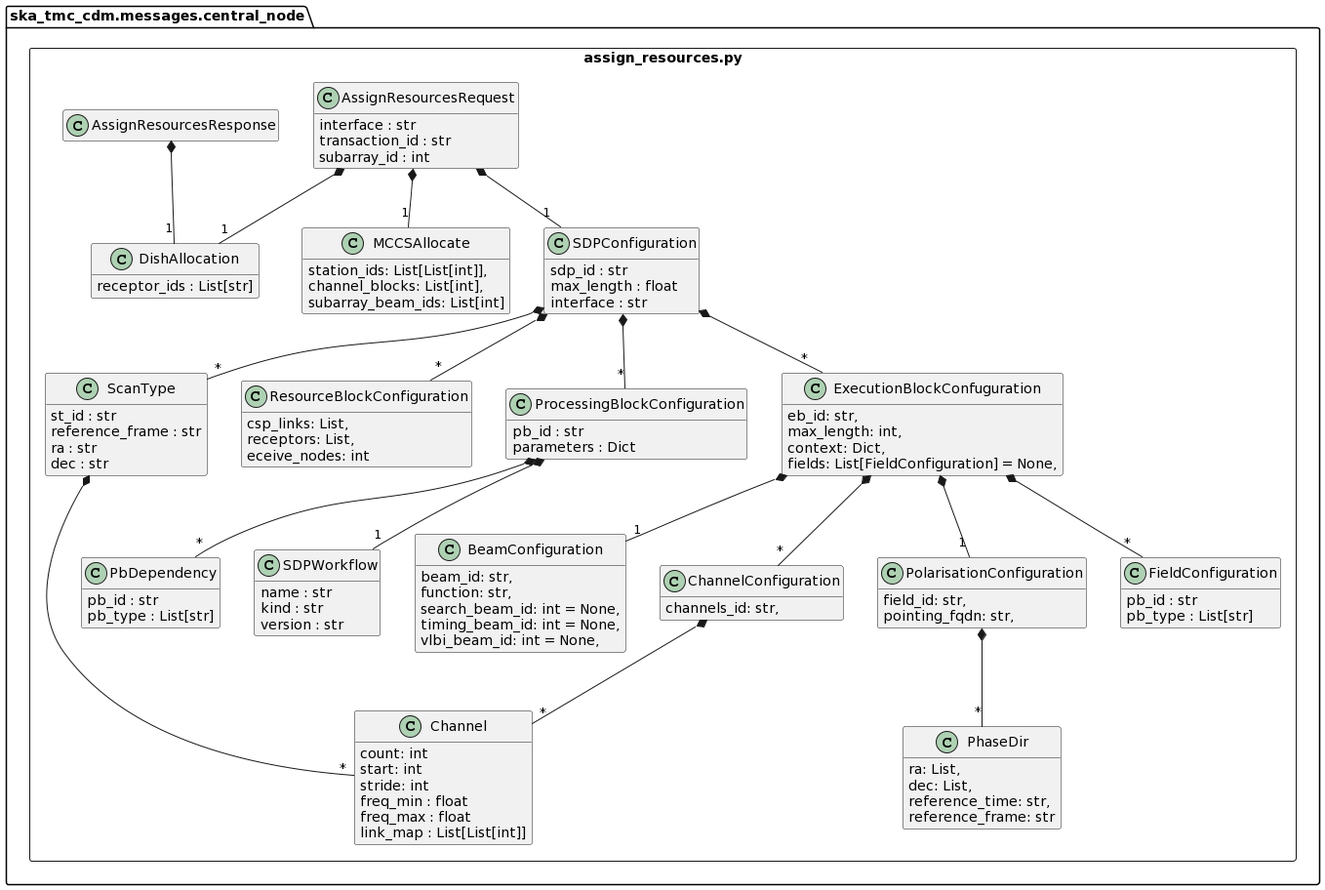
Above: docs/src/developer/centralnode/assignresource_PI16.png in ska-telescope/cdm-shared-library (PlantUML), before the change.
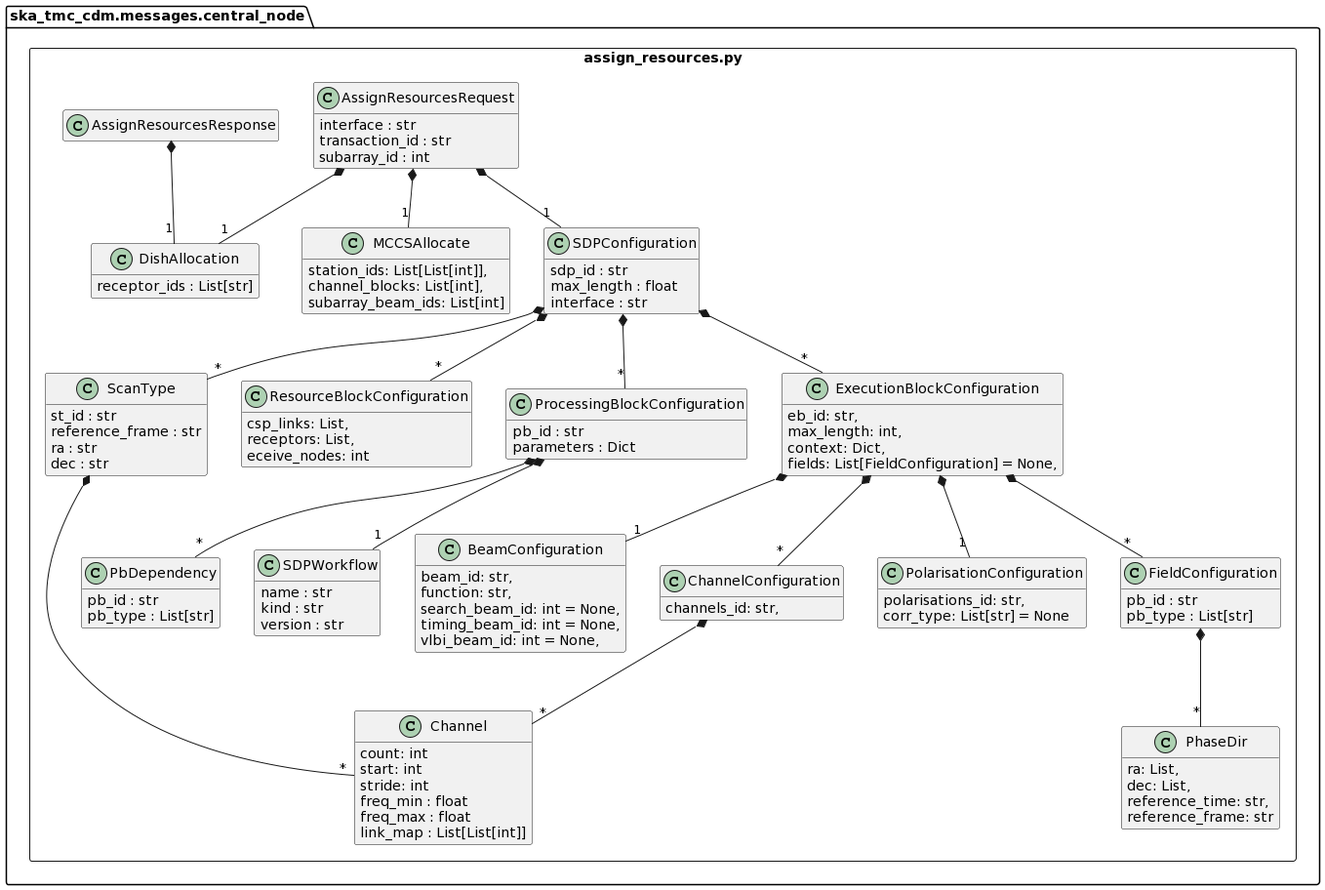
After the commit.

Change to the diagram source:
```diff
@@ -57,14 +57,17 @@
         }
         ChannelConfiguration  *-- "*" Channel
         class PolarisationConfiguration {
-            field_id: str,
-            pointing_fqdn: str,
+            polarisations_id: str,
+            corr_type: List[str] = None
         }
-        PolarisationConfiguration  *-- "*" PhaseDir
+
         class FieldConfiguration {
             pb_id : str
             pb_type : List[str]
         }
+
+        FieldConfiguration  *-- "*" PhaseDir
+
         class SDPWorkflow {
             name : str
             kind : str
@@ -78,16 +81,16 @@
         ProcessingBlockConfiguration  *-- "1" SDPWorkflow
         ProcessingBlockConfiguration  *-- "*" PbDependency
 
-        class ExecutionBlockConfuguration {
+        class ExecutionBlockConfiguration {
             eb_id: str,
             max_length: int,
             context: Dict,
             fields: List[FieldConfiguration] = None,
         }
-        ExecutionBlockConfuguration  *-- "1" BeamConfiguration
-        ExecutionBlockConfuguration  *-- "*" ChannelConfiguration
-        ExecutionBlockConfuguration  *-- "1" PolarisationConfiguration
-        ExecutionBlockConfuguration  *-- "*" FieldConfiguration
+        ExecutionBlockConfiguration  *-- "1" BeamConfiguration
+        ExecutionBlockConfiguration  *-- "*" ChannelConfiguration
+        ExecutionBlockConfiguration  *-- "1" PolarisationConfiguration
+        ExecutionBlockConfiguration  *-- "*" FieldConfiguration
 
         class SDPConfiguration {
             sdp_id : str
@@ -96,7 +99,7 @@
         }
         SDPConfiguration *-- "*" ScanType
         SDPConfiguration *-- "*" ProcessingBlockConfiguration
-        SDPConfiguration *-- "*" ExecutionBlockConfuguration
+        SDPConfiguration *-- "*" ExecutionBlockConfiguration
         SDPConfiguration *-- "*" ResourceBlockConfiguration
 
         class AssignResourcesRequest {
```
